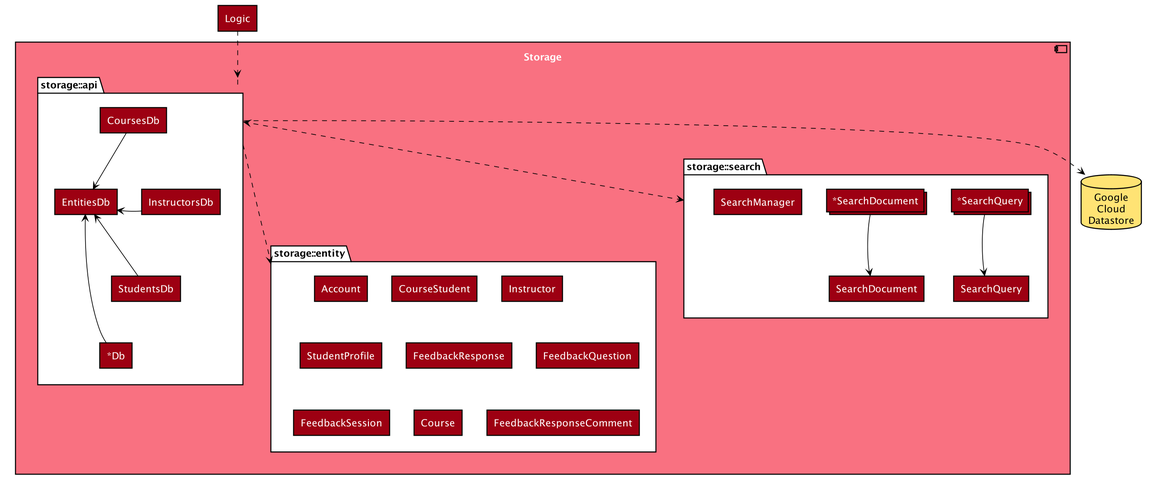
This is docs/images/StorageComponent.png from TEAMMATES/teammates, a PlantUML export, as it was before one commit. The source it was exported from:
```plantuml
@startuml








skinparam BackgroundColor #FFFFFFF

skinparam Shadowing false

skinparam Class {
    FontColor #FFFFFF
    BorderThickness 1
    BorderColor #FFFFFF
    StereotypeFontColor #FFFFFF
    FontName Arial
}

skinparam Actor {
    BorderColor #000000
    Color #000000
    FontName Arial
}

skinparam Sequence {
    MessageAlign center
    BoxFontSize 15
    BoxPadding 0
    BoxFontColor #FFFFFF
    FontName Arial
}

skinparam Participant {
    FontColor #FFFFFFF
    Padding 20
}

skinparam MinClassWidth 50
skinparam ParticipantPadding 10
skinparam Shadowing false
skinparam DefaultTextAlignment center
skinparam packageStyle Rectangle

hide footbox
hide members
hide circle
skinparam componentBackgroundColor #F97181
skinparam componentFontColor #FFFFFF
skinparam packageBackgroundColor #FFFFFF
skinparam rectangleBackgroundColor #9D0012
skinparam rectangleFontColor #FFFFFF
skinparam arrowColor #000000


component Storage {
    package "storage::entity" as Entity {
        rectangle Account
        rectangle CourseStudent
        rectangle Instructor
        rectangle StudentProfile
        rectangle FeedbackResponse
        rectangle FeedbackQuestion
        rectangle FeedbackSession
        rectangle Course
        rectangle FeedbackResponseComment
    }

    package "storage::api" as Api {
        rectangle EntitiesDb
        rectangle CoursesDb
        rectangle InstructorsDb
        rectangle StudentsDb
        rectangle "*Db" as Db
    }

    package "storage::search" as Search {
        rectangle "SearchQuery" as SQ1
        rectangle "SearchDocument" as SD1
        collections "*SearchQuery" as SQ2
        collections "*SearchDocument" as SD2
        rectangle SearchManager
    }
}

rectangle Logic
database "Google\nCloud\nDatastore" as GCD #FFE374

CoursesDb -> EntitiesDb
InstructorsDb -> EntitiesDb
StudentsDb -> EntitiesDb
Db -> EntitiesDb

SQ2 -> SQ1
SD2 -> SD1

Logic ..> Api
Api ..> GCD

Api ..> Entity
Api <..> Search

EntitiesDb -[hidden]right- InstructorsDb
CoursesDb -[hidden]down- InstructorsDb
InstructorsDb -[hidden]down- StudentsDb
StudentsDb -[hidden]down- Db
SD1 -[hidden]down- SD2
SQ1 -[hidden]down- SQ2
Search -[hidden]down- Entity

@enduml
```
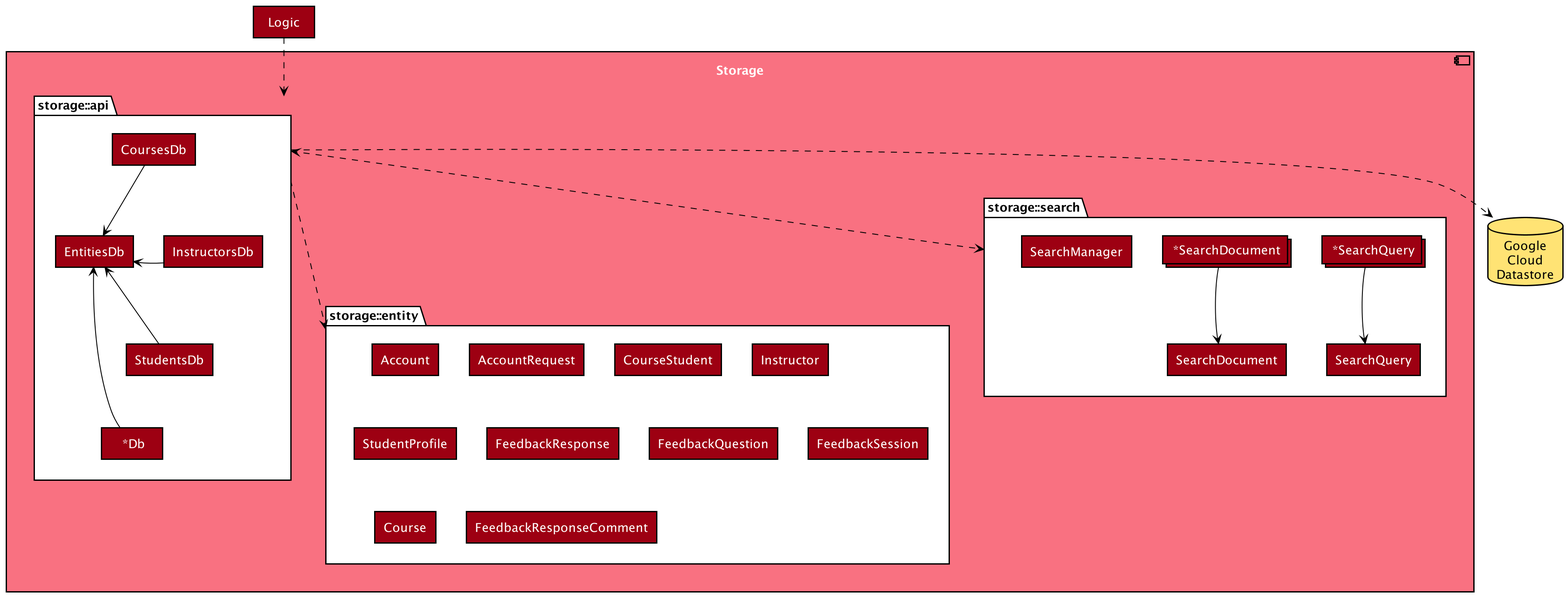
The same file after the commit.

Commit message:
Add account request entity to storage component diagram

The edit, as a diff of the source:
```diff
@@ -1,56 +1,11 @@
 @startuml
-
-
-
-
-
-
-
-
-skinparam BackgroundColor #FFFFFFF
-
-skinparam Shadowing false
-
-skinparam Class {
-    FontColor #FFFFFF
-    BorderThickness 1
-    BorderColor #FFFFFF
-    StereotypeFontColor #FFFFFF
-    FontName Arial
-}
-
-skinparam Actor {
-    BorderColor #000000
-    Color #000000
-    FontName Arial
-}
-
-skinparam Sequence {
-    MessageAlign center
-    BoxFontSize 15
-    BoxPadding 0
-    BoxFontColor #FFFFFF
-    FontName Arial
-}
-
-skinparam Participant {
-    FontColor #FFFFFFF
-    Padding 20
-}
-
-skinparam MinClassWidth 50
-skinparam ParticipantPadding 10
-skinparam Shadowing false
-skinparam DefaultTextAlignment center
-skinparam packageStyle Rectangle
-
-hide footbox
-hide members
-hide circle
-skinparam componentBackgroundColor #F97181
+!include style.puml
+skinparam componentBackgroundColor MODEL_COLOR_T1
 skinparam componentFontColor #FFFFFF
 skinparam packageBackgroundColor #FFFFFF
-skinparam rectangleBackgroundColor #9D0012
+skinparam rectangleBackgroundColor MODEL_COLOR
+skinparam collectionsBackgroundColor MODEL_COLOR
+skinparam collectionsBorderColor #000000
 skinparam rectangleFontColor #FFFFFF
 skinparam arrowColor #000000
 
@@ -58,6 +13,7 @@
 component Storage {
     package "storage::entity" as Entity {
         rectangle Account
+        rectangle AccountRequest
         rectangle CourseStudent
         rectangle Instructor
         rectangle StudentProfile
@@ -73,20 +29,20 @@
         rectangle CoursesDb
         rectangle InstructorsDb
         rectangle StudentsDb
-        rectangle "*Db" as Db
+        rectangle " *Db" as Db
     }
 
     package "storage::search" as Search {
         rectangle "SearchQuery" as SQ1
         rectangle "SearchDocument" as SD1
-        collections "*SearchQuery" as SQ2
-        collections "*SearchDocument" as SD2
+        collections " *SearchQuery" as SQ2
+        collections " *SearchDocument" as SD2
         rectangle SearchManager
     }
 }
 
 rectangle Logic
-database "Google\nCloud\nDatastore" as GCD #FFE374
+database "Google\nCloud\nDatastore" as GCD STORAGE_COLOR_T1
 
 CoursesDb -> EntitiesDb
 InstructorsDb -> EntitiesDb
```
